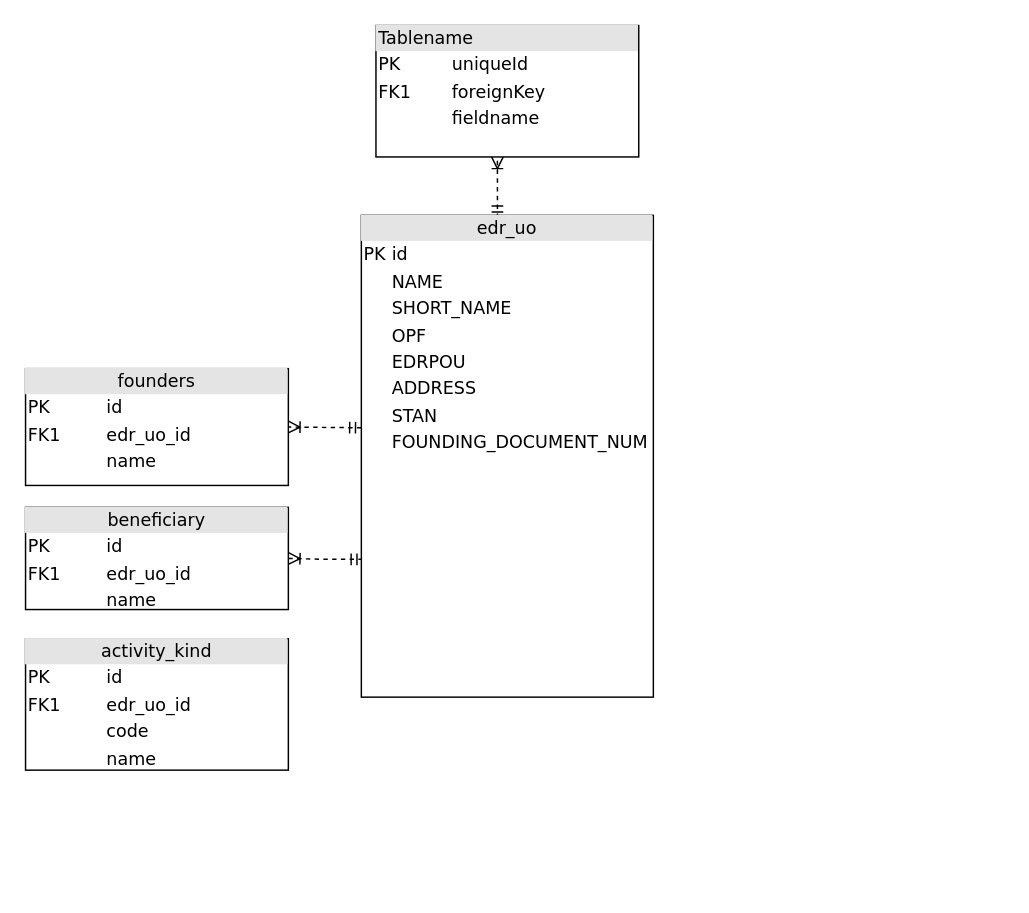
Above: Untitled Diagram.drawio in Sergey-Web/draw (draw.io), before the change. Source tidied: cells renumbered, new cells numbered last; positions are measured from the earlier drawing's top-left corner, leaving out a move shared by most shapes. Both pictures are drawn from the tidied source at 146%, with x=0, y=0 at pixel (25, 25).
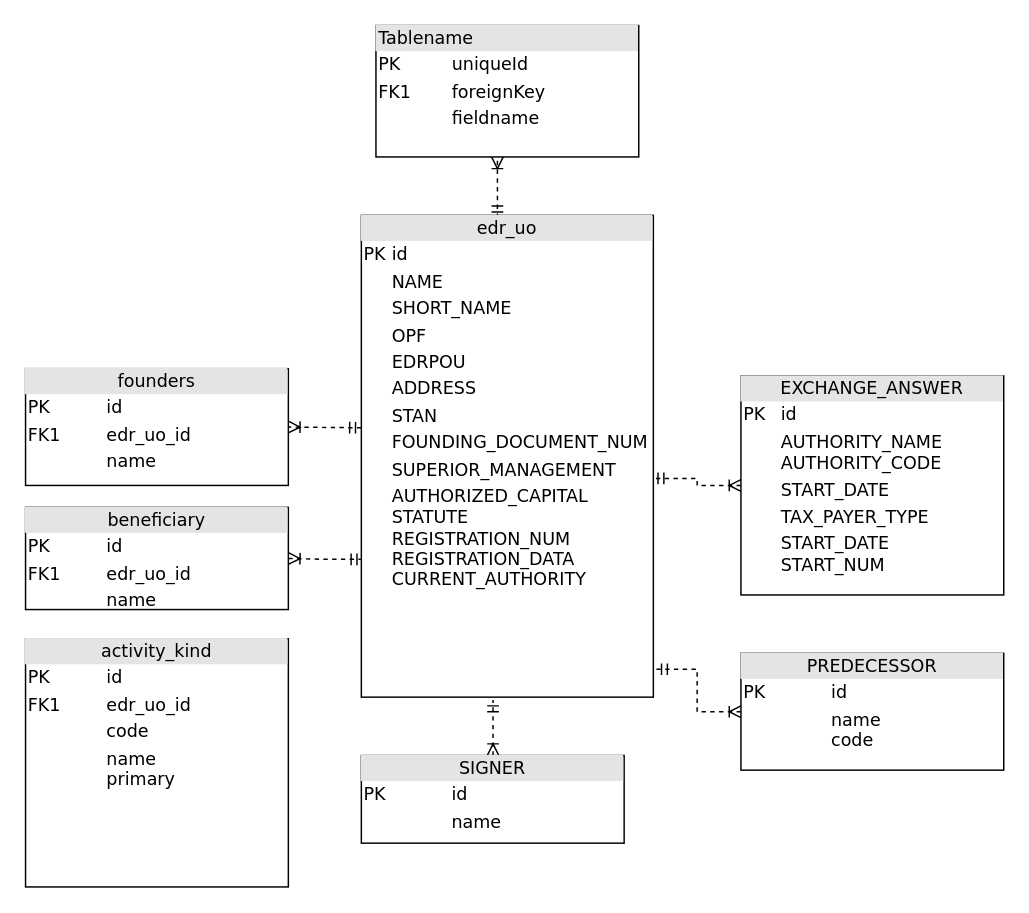
After the change.

Change to the diagram source:
```diff
@@
-    <mxCell id="5" value="&lt;div style=&quot;text-align: center ; box-sizing: border-box ; width: 100% ; background: rgb(228 , 228 , 228) ; padding: 2px&quot;&gt;activity_kind&lt;/div&gt;&lt;table style=&quot;width: 100% ; font-size: 1em&quot; cellpadding=&quot;2&quot; cellspacing=&quot;0&quot;&gt;&lt;tbody&gt;&lt;tr&gt;&lt;td&gt;PK&lt;/td&gt;&lt;td&gt;id&lt;/td&gt;&lt;/tr&gt;&lt;tr&gt;&lt;td&gt;FK1&lt;/td&gt;&lt;td&gt;edr_uo_id&lt;br&gt;&lt;/td&gt;&lt;/tr&gt;&lt;tr&gt;&lt;td&gt;&lt;/td&gt;&lt;td&gt;code&lt;/td&gt;&lt;/tr&gt;&lt;tr&gt;&lt;td&gt;&lt;br&gt;&lt;/td&gt;&lt;td&gt;name&lt;br&gt;&lt;/td&gt;&lt;/tr&gt;&lt;tr&gt;&lt;td&gt;&lt;br&gt;&lt;/td&gt;&lt;td&gt;&lt;br&gt;&lt;/td&gt;&lt;/tr&gt;&lt;/tbody&gt;&lt;/table&gt;" style="verticalAlign=top;align=left;overflow=fill;html=1;rounded=0;shadow=0;comic=0;labelBackgroundColor=none;strokeWidth=1;fontFamily=Verdana;fontSize=12;" parent="1" vertex="1">
-      <mxGeometry y="420" width="180" height="90" as="geometry" />
+    <mxCell id="5" value="&lt;div style=&quot;text-align: center ; box-sizing: border-box ; width: 100% ; background: rgb(228 , 228 , 228) ; padding: 2px&quot;&gt;activity_kind&lt;/div&gt;&lt;table style=&quot;width: 100% ; font-size: 1em&quot; cellpadding=&quot;2&quot; cellspacing=&quot;0&quot;&gt;&lt;tbody&gt;&lt;tr&gt;&lt;td&gt;PK&lt;/td&gt;&lt;td&gt;id&lt;/td&gt;&lt;/tr&gt;&lt;tr&gt;&lt;td&gt;FK1&lt;/td&gt;&lt;td&gt;edr_uo_id&lt;br&gt;&lt;/td&gt;&lt;/tr&gt;&lt;tr&gt;&lt;td&gt;&lt;/td&gt;&lt;td&gt;code&lt;/td&gt;&lt;/tr&gt;&lt;tr&gt;&lt;td&gt;&lt;br&gt;&lt;/td&gt;&lt;td&gt;name&lt;br&gt;primary&lt;/td&gt;&lt;/tr&gt;&lt;tr&gt;&lt;td&gt;&lt;br&gt;&lt;/td&gt;&lt;td&gt;&lt;br&gt;&lt;/td&gt;&lt;/tr&gt;&lt;/tbody&gt;&lt;/table&gt;" style="verticalAlign=top;align=left;overflow=fill;html=1;rounded=0;shadow=0;comic=0;labelBackgroundColor=none;strokeWidth=1;fontFamily=Verdana;fontSize=12;" parent="1" vertex="1">
+      <mxGeometry y="420" width="180" height="170" as="geometry" />
     </mxCell>
-    <mxCell id="6" value="&lt;div style=&quot;text-align: center ; box-sizing: border-box ; width: 100% ; background: rgb(228 , 228 , 228) ; padding: 2px&quot;&gt;edr_uo&lt;br&gt;&lt;/div&gt;&lt;table style=&quot;width: 100% ; font-size: 1em&quot; cellpadding=&quot;2&quot; cellspacing=&quot;0&quot;&gt;&lt;tbody&gt;&lt;tr&gt;&lt;td&gt;PK&lt;/td&gt;&lt;td&gt;id&lt;/td&gt;&lt;/tr&gt;&lt;tr&gt;&lt;td&gt;&lt;br&gt;&lt;/td&gt;&lt;td&gt;NAME&lt;/td&gt;&lt;/tr&gt;&lt;tr&gt;&lt;td&gt;&lt;/td&gt;&lt;td&gt;SHORT_NAME&lt;/td&gt;&lt;/tr&gt;&lt;tr&gt;&lt;td&gt;&lt;br&gt;&lt;/td&gt;&lt;td&gt;OPF&lt;br&gt;&lt;/td&gt;&lt;/tr&gt;&lt;tr&gt;&lt;td&gt;&lt;br&gt;&lt;/td&gt;&lt;td&gt;EDRPOU&lt;br&gt;&lt;/td&gt;&lt;/tr&gt;&lt;tr&gt;&lt;td&gt;&lt;br&gt;&lt;/td&gt;&lt;td&gt;ADDRESS&lt;br&gt;&lt;/td&gt;&lt;/tr&gt;&lt;tr&gt;&lt;td&gt;&lt;br&gt;&lt;/td&gt;&lt;td&gt;STAN&lt;br&gt;&lt;/td&gt;&lt;/tr&gt;&lt;tr&gt;&lt;td&gt;&lt;br&gt;&lt;/td&gt;&lt;td&gt;FOUNDING_DOCUMENT_NUM&lt;br&gt;&lt;/td&gt;&lt;/tr&gt;&lt;tr&gt;&lt;td&gt;&lt;br&gt;&lt;/td&gt;&lt;td&gt;&lt;br&gt;&lt;/td&gt;&lt;/tr&gt;&lt;tr&gt;&lt;td&gt;&lt;/td&gt;&lt;td&gt;&lt;/td&gt;&lt;/tr&gt;&lt;/tbody&gt;&lt;/table&gt;" style="verticalAlign=top;align=left;overflow=fill;html=1;rounded=0;shadow=0;comic=0;labelBackgroundColor=none;strokeWidth=1;fontFamily=Verdana;fontSize=12;" parent="1" vertex="1">
+    <mxCell id="6" value="&lt;div style=&quot;text-align: center ; box-sizing: border-box ; width: 100% ; background: rgb(228 , 228 , 228) ; padding: 2px&quot;&gt;edr_uo&lt;br&gt;&lt;/div&gt;&lt;table style=&quot;width: 100% ; font-size: 1em&quot; cellpadding=&quot;2&quot; cellspacing=&quot;0&quot;&gt;&lt;tbody&gt;&lt;tr&gt;&lt;td&gt;PK&lt;/td&gt;&lt;td&gt;id&lt;/td&gt;&lt;/tr&gt;&lt;tr&gt;&lt;td&gt;&lt;br&gt;&lt;/td&gt;&lt;td&gt;NAME&lt;/td&gt;&lt;/tr&gt;&lt;tr&gt;&lt;td&gt;&lt;/td&gt;&lt;td&gt;SHORT_NAME&lt;/td&gt;&lt;/tr&gt;&lt;tr&gt;&lt;td&gt;&lt;br&gt;&lt;/td&gt;&lt;td&gt;OPF&lt;br&gt;&lt;/td&gt;&lt;/tr&gt;&lt;tr&gt;&lt;td&gt;&lt;br&gt;&lt;/td&gt;&lt;td&gt;EDRPOU&lt;br&gt;&lt;/td&gt;&lt;/tr&gt;&lt;tr&gt;&lt;td&gt;&lt;br&gt;&lt;/td&gt;&lt;td&gt;ADDRESS&lt;br&gt;&lt;/td&gt;&lt;/tr&gt;&lt;tr&gt;&lt;td&gt;&lt;br&gt;&lt;/td&gt;&lt;td&gt;STAN&lt;br&gt;&lt;/td&gt;&lt;/tr&gt;&lt;tr&gt;&lt;td&gt;&lt;br&gt;&lt;/td&gt;&lt;td&gt;FOUNDING_DOCUMENT_NUM&lt;br&gt;&lt;/td&gt;&lt;/tr&gt;&lt;tr&gt;&lt;td&gt;&lt;br&gt;&lt;/td&gt;&lt;td&gt;SUPERIOR_MANAGEMENT&lt;br&gt;&lt;/td&gt;&lt;/tr&gt;&lt;tr&gt;&lt;td&gt;&lt;/td&gt;&lt;td&gt;AUTHORIZED_CAPITAL&lt;br&gt;STATUTE&lt;br&gt;REGISTRATION_NUM&lt;br&gt;REGISTRATION_DATA&lt;br&gt;CURRENT_AUTHORITY&lt;br&gt;&lt;/td&gt;&lt;/tr&gt;&lt;/tbody&gt;&lt;/table&gt;" style="verticalAlign=top;align=left;overflow=fill;html=1;rounded=0;shadow=0;comic=0;labelBackgroundColor=none;strokeWidth=1;fontFamily=Verdana;fontSize=12;" parent="1" vertex="1">
       <mxGeometry x="230" y="130" width="200" height="330" as="geometry" />
     </mxCell>
@@
+    <mxCell id="10" style="edgeStyle=orthogonalEdgeStyle;rounded=0;jettySize=auto;html=1;entryX=0.451;entryY=1.006;entryDx=0;entryDy=0;entryPerimeter=0;startArrow=ERoneToMany;startFill=0;endArrow=ERmandOne;endFill=0;dashed=1;" parent="1" edge="1" source="11" target="6">
+      <mxGeometry relative="1" as="geometry">
+        <Array as="points">
+          <mxPoint x="320" y="470" />
+        </Array>
+      </mxGeometry>
+    </mxCell>
+    <mxCell id="11" value="&lt;div style=&quot;text-align: center ; box-sizing: border-box ; width: 100% ; background: rgb(228 , 228 , 228) ; padding: 2px&quot;&gt;SIGNER&lt;/div&gt;&lt;table style=&quot;width: 100% ; font-size: 1em&quot; cellpadding=&quot;2&quot; cellspacing=&quot;0&quot;&gt;&lt;tbody&gt;&lt;tr&gt;&lt;td&gt;PK&lt;/td&gt;&lt;td&gt;id&lt;/td&gt;&lt;/tr&gt;&lt;tr&gt;&lt;td&gt;&lt;br&gt;&lt;/td&gt;&lt;td&gt;name&lt;br&gt;&lt;/td&gt;&lt;/tr&gt;&lt;tr&gt;&lt;td&gt;&lt;/td&gt;&lt;td&gt;&lt;br&gt;&lt;/td&gt;&lt;/tr&gt;&lt;tr&gt;&lt;td&gt;&lt;br&gt;&lt;/td&gt;&lt;td&gt;&lt;br&gt;&lt;/td&gt;&lt;/tr&gt;&lt;tr&gt;&lt;td&gt;&lt;br&gt;&lt;/td&gt;&lt;td&gt;&lt;br&gt;&lt;/td&gt;&lt;/tr&gt;&lt;/tbody&gt;&lt;/table&gt;" style="verticalAlign=top;align=left;overflow=fill;html=1;rounded=0;shadow=0;comic=0;labelBackgroundColor=none;strokeWidth=1;fontFamily=Verdana;fontSize=12;" parent="1" vertex="1">
+      <mxGeometry x="230" y="500" width="180" height="60" as="geometry" />
+    </mxCell>
+    <mxCell id="12" style="edgeStyle=orthogonalEdgeStyle;rounded=0;jettySize=auto;html=1;entryX=1.008;entryY=0.942;entryDx=0;entryDy=0;entryPerimeter=0;dashed=1;startArrow=ERoneToMany;startFill=0;endArrow=ERmandOne;endFill=0;" parent="1" edge="1" source="13" target="6">
+      <mxGeometry relative="1" as="geometry" />
+    </mxCell>
+    <mxCell id="13" value="&lt;div style=&quot;text-align: center ; box-sizing: border-box ; width: 100% ; background: rgb(228 , 228 , 228) ; padding: 2px&quot;&gt;PREDECESSOR&lt;/div&gt;&lt;table style=&quot;width: 100% ; font-size: 1em&quot; cellpadding=&quot;2&quot; cellspacing=&quot;0&quot;&gt;&lt;tbody&gt;&lt;tr&gt;&lt;td&gt;PK&lt;/td&gt;&lt;td&gt;id&lt;/td&gt;&lt;/tr&gt;&lt;tr&gt;&lt;td&gt;&lt;br&gt;&lt;/td&gt;&lt;td&gt;name&lt;br&gt;code&lt;br&gt;&lt;/td&gt;&lt;/tr&gt;&lt;tr&gt;&lt;td&gt;&lt;/td&gt;&lt;td&gt;&lt;br&gt;&lt;/td&gt;&lt;/tr&gt;&lt;tr&gt;&lt;td&gt;&lt;br&gt;&lt;/td&gt;&lt;td&gt;&lt;br&gt;&lt;/td&gt;&lt;/tr&gt;&lt;tr&gt;&lt;td&gt;&lt;br&gt;&lt;/td&gt;&lt;td&gt;&lt;br&gt;&lt;/td&gt;&lt;/tr&gt;&lt;/tbody&gt;&lt;/table&gt;" style="verticalAlign=top;align=left;overflow=fill;html=1;rounded=0;shadow=0;comic=0;labelBackgroundColor=none;strokeWidth=1;fontFamily=Verdana;fontSize=12;" parent="1" vertex="1">
+      <mxGeometry x="490" y="430" width="180" height="80" as="geometry" />
+    </mxCell>
+    <mxCell id="14" style="edgeStyle=orthogonalEdgeStyle;rounded=0;jettySize=auto;html=1;entryX=0.996;entryY=0.546;entryDx=0;entryDy=0;entryPerimeter=0;dashed=1;startArrow=ERoneToMany;startFill=0;endArrow=ERmandOne;endFill=0;" parent="1" edge="1" source="15" target="6">
+      <mxGeometry relative="1" as="geometry" />
+    </mxCell>
+    <mxCell id="15" value="&lt;div style=&quot;text-align: center ; box-sizing: border-box ; width: 100% ; background: rgb(228 , 228 , 228) ; padding: 2px&quot;&gt;EXCHANGE_ANSWER&lt;/div&gt;&lt;table style=&quot;width: 100% ; font-size: 1em&quot; cellpadding=&quot;2&quot; cellspacing=&quot;0&quot;&gt;&lt;tbody&gt;&lt;tr&gt;&lt;td&gt;PK&lt;/td&gt;&lt;td&gt;id&lt;/td&gt;&lt;/tr&gt;&lt;tr&gt;&lt;td&gt;&lt;br&gt;&lt;/td&gt;&lt;td&gt;AUTHORITY_NAME&lt;br&gt;AUTHORITY_CODE&lt;br&gt;&lt;/td&gt;&lt;/tr&gt;&lt;tr&gt;&lt;td&gt;&lt;/td&gt;&lt;td&gt;START_DATE&lt;br&gt;&lt;/td&gt;&lt;/tr&gt;&lt;tr&gt;&lt;td&gt;&lt;br&gt;&lt;/td&gt;&lt;td&gt;TAX_PAYER_TYPE&lt;br&gt;&lt;/td&gt;&lt;/tr&gt;&lt;tr&gt;&lt;td&gt;&lt;br&gt;&lt;/td&gt;&lt;td&gt;START_DATE&lt;br&gt;START_NUM&lt;br&gt;&lt;/td&gt;&lt;/tr&gt;&lt;/tbody&gt;&lt;/table&gt;" style="verticalAlign=top;align=left;overflow=fill;html=1;rounded=0;shadow=0;comic=0;labelBackgroundColor=none;strokeWidth=1;fontFamily=Verdana;fontSize=12;" parent="1" vertex="1">
+      <mxGeometry x="490" y="240" width="180" height="150" as="geometry" />
+    </mxCell>
```
